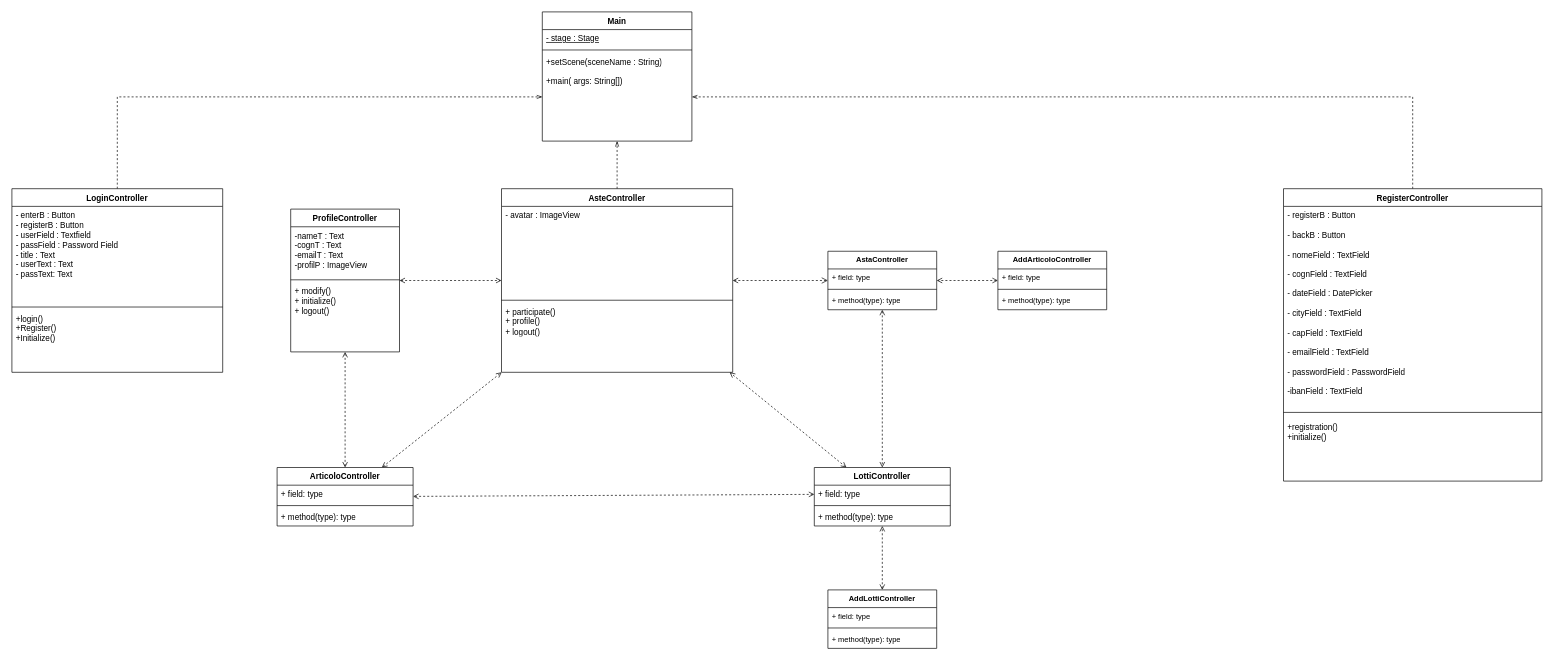
This is documenti/DC- Client.drawio from Chaos-Rat/GAO, a draw.io file, before an edit. Source tidied: cells renumbered, new cells numbered last; positions are measured from the earlier drawing's top-left corner, leaving out a move shared by most shapes. Both pictures are drawn from the tidied source at 68%, with x=0, y=0 at pixel (12, 12).
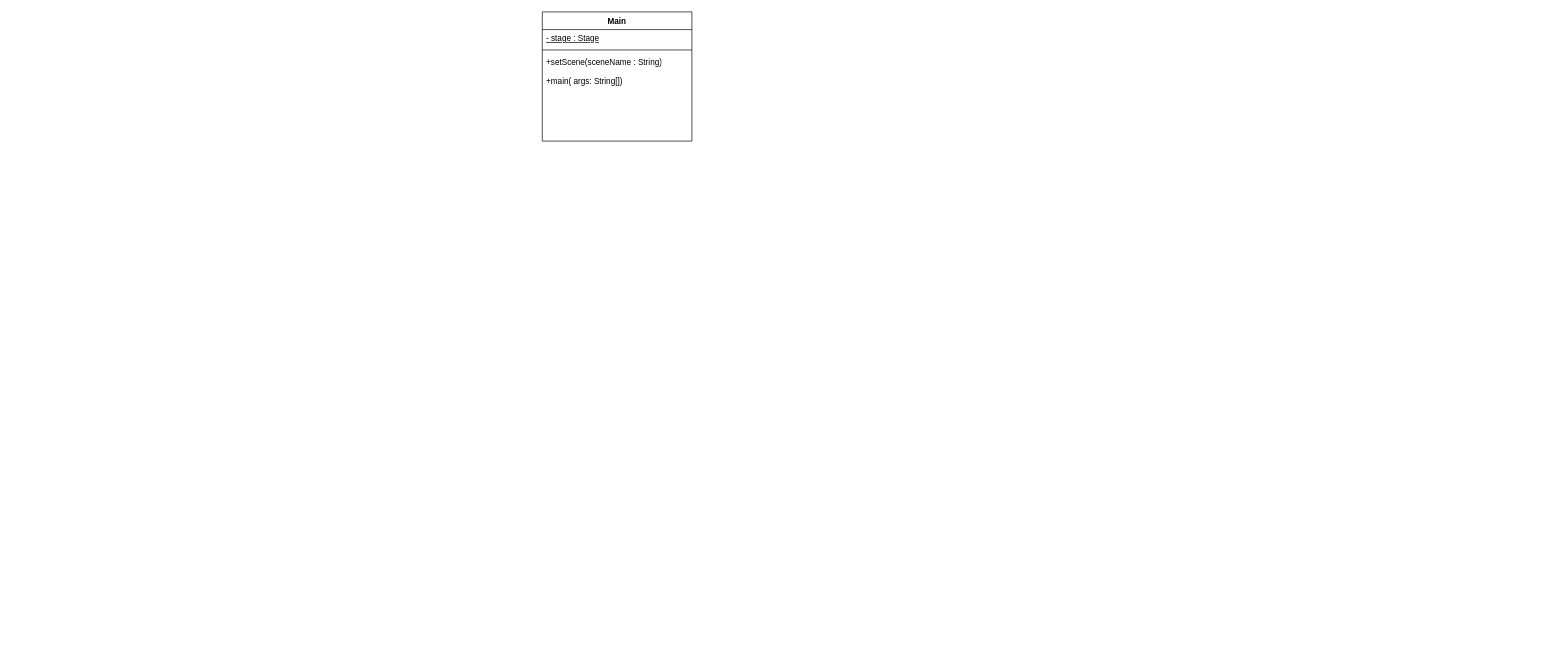
After the change.

Commit message (it also covers changes not shown here):
Added dc-controller and modified dc client

Unchanged cells that the change refers to:
```xml
<mxCell id="2" value="Main" style="swimlane;fontStyle=1;align=center;verticalAlign=top;horizontal=1;startSize=26;whiteSpace=wrap;html=1;" parent="1" vertex="1">
  <mxGeometry x="780" width="220" height="190" as="geometry" />
</mxCell>
<mxCell id="5" value="+setScene(sceneName : String)&lt;br&gt;&lt;br&gt;+main( args: String[])&lt;br&gt;&lt;div&gt;&lt;br/&gt;&lt;/div&gt;" style="text;strokeColor=none;fillColor=none;align=left;verticalAlign=top;spacingLeft=4;spacingRight=4;overflow=hidden;points=[[0,0.5],[1,0.5]];portConstraint=eastwest;whiteSpace=wrap;html=1;" parent="2" vertex="1">
  <mxGeometry y="60" width="220" height="130" as="geometry" />
</mxCell>
```

Diff of the diagram source:
```diff
@@
-    <mxCell id="6" style="edgeStyle=orthogonalEdgeStyle;rounded=0;jettySize=auto;html=1;dashed=1;endArrow=openThin;endFill=0;" parent="1" edge="1" source="7" target="2">
-      <mxGeometry relative="1" as="geometry" />
-    </mxCell>
-    <mxCell id="7" value="AsteController" style="swimlane;fontStyle=1;align=center;verticalAlign=top;horizontal=1;startSize=26;whiteSpace=wrap;html=1;" parent="1" vertex="1">
-      <mxGeometry x="720" y="260" width="340" height="270" as="geometry" />
-    </mxCell>
-    <mxCell id="8" value="- avatar : ImageView&lt;div&gt;&lt;br&gt;&lt;/div&gt;" style="text;strokeColor=none;fillColor=none;align=left;verticalAlign=top;spacingLeft=4;spacingRight=4;overflow=hidden;whiteSpace=wrap;html=1;" parent="7" vertex="1">
-      <mxGeometry y="26" width="340" height="134" as="geometry" />
-    </mxCell>
-    <mxCell id="9" style="line;strokeWidth=1;fillColor=none;align=left;verticalAlign=middle;spacingTop=-1;spacingLeft=3;spacingRight=3;labelPosition=right;strokeColor=inherit;" parent="7" vertex="1">
-      <mxGeometry y="160" width="340" height="8" as="geometry" />
-    </mxCell>
-    <mxCell id="10" value="+ participate()&lt;div&gt;+ profile()&lt;/div&gt;&lt;div&gt;+ logout()&lt;/div&gt;" style="text;strokeColor=none;fillColor=none;align=left;verticalAlign=top;spacingLeft=4;spacingRight=4;overflow=hidden;whiteSpace=wrap;html=1;" parent="7" vertex="1">
-      <mxGeometry y="168" width="340" height="102" as="geometry" />
-    </mxCell>
-    <mxCell id="11" style="edgeStyle=orthogonalEdgeStyle;rounded=0;jettySize=auto;html=1;dashed=1;endArrow=openThin;endFill=0;" parent="1" edge="1" source="12" target="5">
-      <mxGeometry relative="1" as="geometry" />
-    </mxCell>
-    <mxCell id="12" value="LoginController" style="swimlane;fontStyle=1;align=center;verticalAlign=top;horizontal=1;startSize=26;whiteSpace=wrap;html=1;" parent="1" vertex="1">
-      <mxGeometry y="260" width="310" height="270" as="geometry" />
-    </mxCell>
-    <mxCell id="13" value="- enterB : Button&lt;div&gt;- registerB : Button&lt;/div&gt;&lt;div&gt;- userField : Textfield&lt;/div&gt;&lt;div&gt;- passField : Password Field&lt;/div&gt;&lt;div&gt;- title : Text&lt;/div&gt;&lt;div&gt;- userText : Text&lt;/div&gt;&lt;div&gt;- passText: Text&lt;/div&gt;&lt;div&gt;&lt;br&gt;&lt;/div&gt;" style="text;strokeColor=none;fillColor=none;align=left;verticalAlign=top;spacingLeft=4;spacingRight=4;overflow=hidden;whiteSpace=wrap;html=1;" parent="12" vertex="1">
-      <mxGeometry y="26" width="310" height="144" as="geometry" />
-    </mxCell>
-    <mxCell id="14" style="line;strokeWidth=1;fillColor=none;align=left;verticalAlign=middle;spacingTop=-1;spacingLeft=3;spacingRight=3;labelPosition=right;strokeColor=inherit;" parent="12" vertex="1">
-      <mxGeometry y="170" width="310" height="8" as="geometry" />
-    </mxCell>
-    <mxCell id="15" value="+login()&lt;div&gt;+Register()&lt;br&gt;+Initialize()&lt;/div&gt;" style="text;strokeColor=none;fillColor=none;align=left;verticalAlign=top;spacingLeft=4;spacingRight=4;overflow=hidden;whiteSpace=wrap;html=1;" parent="12" vertex="1">
-      <mxGeometry y="178" width="310" height="92" as="geometry" />
-    </mxCell>
-    <mxCell id="16" style="edgeStyle=orthogonalEdgeStyle;rounded=0;jettySize=auto;html=1;dashed=1;endArrow=openThin;endFill=0;" parent="1" edge="1" source="17" target="5">
-      <mxGeometry relative="1" as="geometry" />
-    </mxCell>
-    <mxCell id="17" value="RegisterController" style="swimlane;fontStyle=1;align=center;verticalAlign=top;horizontal=1;startSize=26;whiteSpace=wrap;html=1;" parent="1" vertex="1">
-      <mxGeometry x="1870" y="260" width="380" height="430" as="geometry" />
-    </mxCell>
-    <mxCell id="18" value="- registerB : Button&lt;br&gt;&lt;br&gt;- backB : Button&lt;br&gt;&lt;br&gt;- nomeField : TextField&lt;br&gt;&lt;br&gt;- cognField : TextField&lt;br&gt;&lt;br&gt;- dateField : DatePicker&lt;br&gt;&lt;br&gt;- cityField : TextField&lt;br&gt;&lt;br&gt;- capField : TextField&lt;br&gt;&lt;br&gt;- emailField : TextField&lt;br&gt;&lt;br&gt;- passwordField : PasswordField&lt;div&gt;&lt;br&gt;&lt;/div&gt;&lt;div&gt;-ibanField : TextField&lt;/div&gt;" style="text;strokeColor=none;fillColor=none;align=left;verticalAlign=top;spacingLeft=4;spacingRight=4;overflow=hidden;whiteSpace=wrap;html=1;" parent="17" vertex="1">
-      <mxGeometry y="26" width="380" height="294" as="geometry" />
-    </mxCell>
-    <mxCell id="19" style="line;strokeWidth=1;fillColor=none;align=left;verticalAlign=middle;spacingTop=-1;spacingLeft=3;spacingRight=3;labelPosition=right;strokeColor=inherit;" parent="17" vertex="1">
-      <mxGeometry y="320" width="380" height="18" as="geometry" />
-    </mxCell>
-    <mxCell id="20" value="+registration()&lt;br&gt;+initialize()" style="text;strokeColor=none;fillColor=none;align=left;verticalAlign=top;spacingLeft=4;spacingRight=4;overflow=hidden;whiteSpace=wrap;html=1;" parent="17" vertex="1">
-      <mxGeometry y="338" width="380" height="92" as="geometry" />
-    </mxCell>
-    <mxCell id="21" style="edgeStyle=none;rounded=0;jettySize=auto;html=1;dashed=1;strokeColor=default;align=center;verticalAlign=middle;fontFamily=Helvetica;fontSize=11;fontColor=default;labelBackgroundColor=default;endArrow=open;startArrow=open;startFill=0;endFill=0;" parent="1" edge="1" source="22" target="7">
-      <mxGeometry relative="1" as="geometry" />
-    </mxCell>
-    <mxCell id="22" value="ProfileController" style="swimlane;fontStyle=1;align=center;verticalAlign=top;horizontal=1;startSize=26;whiteSpace=wrap;html=1;" parent="1" vertex="1">
-      <mxGeometry x="410" y="290" width="160" height="210" as="geometry" />
-    </mxCell>
-    <mxCell id="23" value="-nameT : Text&lt;div&gt;-cognT : Text&lt;/div&gt;&lt;div&gt;-emailT : Text&lt;/div&gt;&lt;div&gt;-profilP : ImageView&lt;/div&gt;" style="text;strokeColor=none;fillColor=none;align=left;verticalAlign=top;spacingLeft=4;spacingRight=4;overflow=hidden;whiteSpace=wrap;html=1;" parent="22" vertex="1">
-      <mxGeometry y="26" width="160" height="74" as="geometry" />
-    </mxCell>
-    <mxCell id="24" style="line;strokeWidth=1;fillColor=none;align=left;verticalAlign=middle;spacingTop=-1;spacingLeft=3;spacingRight=3;labelPosition=right;strokeColor=inherit;" parent="22" vertex="1">
-      <mxGeometry y="100" width="160" height="8" as="geometry" />
-    </mxCell>
-    <mxCell id="25" value="&lt;div&gt;+ modify()&lt;/div&gt;+ initialize()&lt;div&gt;+ logout()&lt;/div&gt;" style="text;strokeColor=none;fillColor=none;align=left;verticalAlign=top;spacingLeft=4;spacingRight=4;overflow=hidden;whiteSpace=wrap;html=1;" parent="22" vertex="1">
-      <mxGeometry y="108" width="160" height="102" as="geometry" />
-    </mxCell>
-    <mxCell id="26" style="edgeStyle=none;rounded=0;jettySize=auto;html=1;dashed=1;strokeColor=default;align=center;verticalAlign=middle;fontFamily=Helvetica;fontSize=11;fontColor=default;labelBackgroundColor=default;endArrow=open;endFill=0;startArrow=open;startFill=0;" parent="1" edge="1" source="27" target="7">
-      <mxGeometry relative="1" as="geometry" />
-    </mxCell>
-    <mxCell id="27" value="LottiController" style="swimlane;fontStyle=1;align=center;verticalAlign=top;horizontal=1;startSize=26;whiteSpace=wrap;html=1;" parent="1" vertex="1">
-      <mxGeometry x="1180" y="670" width="200" height="86" as="geometry" />
-    </mxCell>
-    <mxCell id="28" value="+ field: type" style="text;strokeColor=none;fillColor=none;align=left;verticalAlign=top;spacingLeft=4;spacingRight=4;overflow=hidden;points=[[0,0.5],[1,0.5]];portConstraint=eastwest;whiteSpace=wrap;html=1;" parent="27" vertex="1">
-      <mxGeometry y="26" width="200" height="26" as="geometry" />
-    </mxCell>
-    <mxCell id="29" style="line;strokeWidth=1;fillColor=none;align=left;verticalAlign=middle;spacingTop=-1;spacingLeft=3;spacingRight=3;labelPosition=right;strokeColor=inherit;" parent="27" vertex="1">
-      <mxGeometry y="52" width="200" height="8" as="geometry" />
-    </mxCell>
-    <mxCell id="30" value="+ method(type): type" style="text;strokeColor=none;fillColor=none;align=left;verticalAlign=top;spacingLeft=4;spacingRight=4;overflow=hidden;whiteSpace=wrap;html=1;" parent="27" vertex="1">
-      <mxGeometry y="60" width="200" height="26" as="geometry" />
-    </mxCell>
-    <mxCell id="31" style="edgeStyle=none;rounded=0;jettySize=auto;html=1;dashed=1;strokeColor=default;align=center;verticalAlign=middle;fontFamily=Helvetica;fontSize=11;fontColor=default;labelBackgroundColor=default;endArrow=open;endFill=0;startArrow=open;startFill=0;" parent="1" edge="1" source="32" target="7">
-      <mxGeometry relative="1" as="geometry" />
-    </mxCell>
-    <mxCell id="32" value="ArticoloController" style="swimlane;fontStyle=1;align=center;verticalAlign=top;horizontal=1;startSize=26;whiteSpace=wrap;html=1;" parent="1" vertex="1">
-      <mxGeometry x="390" y="670" width="200" height="86" as="geometry" />
-    </mxCell>
-    <mxCell id="33" value="+ field: type" style="text;strokeColor=none;fillColor=none;align=left;verticalAlign=top;spacingLeft=4;spacingRight=4;overflow=hidden;whiteSpace=wrap;html=1;" parent="32" vertex="1">
-      <mxGeometry y="26" width="200" height="26" as="geometry" />
-    </mxCell>
-    <mxCell id="34" style="line;strokeWidth=1;fillColor=none;align=left;verticalAlign=middle;spacingTop=-1;spacingLeft=3;spacingRight=3;labelPosition=right;strokeColor=inherit;" parent="32" vertex="1">
-      <mxGeometry y="52" width="200" height="8" as="geometry" />
-    </mxCell>
-    <mxCell id="35" value="+ method(type): type" style="text;strokeColor=none;fillColor=none;align=left;verticalAlign=top;spacingLeft=4;spacingRight=4;overflow=hidden;whiteSpace=wrap;html=1;" parent="32" vertex="1">
-      <mxGeometry y="60" width="200" height="26" as="geometry" />
-    </mxCell>
-    <mxCell id="36" style="edgeStyle=none;rounded=0;jettySize=auto;html=1;dashed=1;strokeColor=default;align=center;verticalAlign=middle;fontFamily=Helvetica;fontSize=11;fontColor=default;labelBackgroundColor=default;endArrow=open;endFill=0;startArrow=open;startFill=0;" parent="1" edge="1" source="28" target="32">
-      <mxGeometry relative="1" as="geometry" />
-    </mxCell>
-    <mxCell id="37" style="edgeStyle=none;rounded=0;jettySize=auto;html=1;dashed=1;strokeColor=default;align=center;verticalAlign=middle;fontFamily=Helvetica;fontSize=11;fontColor=default;labelBackgroundColor=default;endArrow=open;endFill=0;startArrow=open;startFill=0;" parent="1" edge="1" source="32" target="22">
-      <mxGeometry relative="1" as="geometry" />
-    </mxCell>
-    <mxCell id="38" style="edgeStyle=none;rounded=0;jettySize=auto;html=1;dashed=1;strokeColor=default;align=center;verticalAlign=middle;fontFamily=Helvetica;fontSize=11;fontColor=default;labelBackgroundColor=default;endArrow=open;startArrow=open;startFill=0;endFill=0;" parent="1" edge="1" source="39" target="27">
-      <mxGeometry relative="1" as="geometry" />
-    </mxCell>
-    <mxCell id="39" value="AstaController" style="swimlane;fontStyle=1;align=center;verticalAlign=top;horizontal=1;startSize=26;whiteSpace=wrap;html=1;fontFamily=Helvetica;fontSize=11;fontColor=default;labelBackgroundColor=default;" parent="1" vertex="1">
-      <mxGeometry x="1200" y="352" width="160" height="86" as="geometry" />
-    </mxCell>
-    <mxCell id="40" value="+ field: type" style="text;strokeColor=none;fillColor=none;align=left;verticalAlign=top;spacingLeft=4;spacingRight=4;overflow=hidden;whiteSpace=wrap;html=1;fontFamily=Helvetica;fontSize=11;fontColor=default;labelBackgroundColor=default;" parent="39" vertex="1">
-      <mxGeometry y="26" width="160" height="26" as="geometry" />
-    </mxCell>
-    <mxCell id="41" style="line;strokeWidth=1;fillColor=none;align=left;verticalAlign=middle;spacingTop=-1;spacingLeft=3;spacingRight=3;labelPosition=right;strokeColor=inherit;fontFamily=Helvetica;fontSize=11;fontColor=default;labelBackgroundColor=default;" parent="39" vertex="1">
-      <mxGeometry y="52" width="160" height="8" as="geometry" />
-    </mxCell>
-    <mxCell id="42" value="+ method(type): type" style="text;strokeColor=none;fillColor=none;align=left;verticalAlign=top;spacingLeft=4;spacingRight=4;overflow=hidden;whiteSpace=wrap;html=1;fontFamily=Helvetica;fontSize=11;fontColor=default;labelBackgroundColor=default;" parent="39" vertex="1">
-      <mxGeometry y="60" width="160" height="26" as="geometry" />
-    </mxCell>
-    <mxCell id="43" style="edgeStyle=none;rounded=0;jettySize=auto;html=1;dashed=1;strokeColor=default;align=center;verticalAlign=middle;fontFamily=Helvetica;fontSize=11;fontColor=default;labelBackgroundColor=default;endArrow=open;startArrow=open;startFill=0;endSize=7;endFill=0;" parent="1" edge="1" source="7" target="39">
-      <mxGeometry relative="1" as="geometry" />
-    </mxCell>
-    <mxCell id="44" style="edgeStyle=none;rounded=0;jettySize=auto;html=1;dashed=1;strokeColor=default;align=center;verticalAlign=middle;fontFamily=Helvetica;fontSize=11;fontColor=default;labelBackgroundColor=default;startArrow=open;startFill=0;endArrow=open;endFill=0;" parent="1" edge="1" source="45" target="27">
-      <mxGeometry relative="1" as="geometry" />
-    </mxCell>
-    <mxCell id="45" value="AddLottiController" style="swimlane;fontStyle=1;align=center;verticalAlign=top;horizontal=1;startSize=26;whiteSpace=wrap;html=1;fontFamily=Helvetica;fontSize=11;fontColor=default;labelBackgroundColor=default;" parent="1" vertex="1">
-      <mxGeometry x="1200" y="850" width="160" height="86" as="geometry" />
-    </mxCell>
-    <mxCell id="46" value="+ field: type" style="text;strokeColor=none;fillColor=none;align=left;verticalAlign=top;spacingLeft=4;spacingRight=4;overflow=hidden;whiteSpace=wrap;html=1;fontFamily=Helvetica;fontSize=11;fontColor=default;labelBackgroundColor=default;" parent="45" vertex="1">
-      <mxGeometry y="26" width="160" height="26" as="geometry" />
-    </mxCell>
-    <mxCell id="47" style="line;strokeWidth=1;fillColor=none;align=left;verticalAlign=middle;spacingTop=-1;spacingLeft=3;spacingRight=3;labelPosition=right;strokeColor=inherit;fontFamily=Helvetica;fontSize=11;fontColor=default;labelBackgroundColor=default;" parent="45" vertex="1">
-      <mxGeometry y="52" width="160" height="8" as="geometry" />
-    </mxCell>
-    <mxCell id="48" value="+ method(type): type" style="text;strokeColor=none;fillColor=none;align=left;verticalAlign=top;spacingLeft=4;spacingRight=4;overflow=hidden;whiteSpace=wrap;html=1;fontFamily=Helvetica;fontSize=11;fontColor=default;labelBackgroundColor=default;" parent="45" vertex="1">
-      <mxGeometry y="60" width="160" height="26" as="geometry" />
-    </mxCell>
-    <mxCell id="49" style="edgeStyle=none;rounded=0;jettySize=auto;html=1;dashed=1;strokeColor=default;align=center;verticalAlign=middle;fontFamily=Helvetica;fontSize=11;fontColor=default;labelBackgroundColor=default;startArrow=open;startFill=0;endArrow=open;endFill=0;" parent="1" edge="1" source="50" target="39">
-      <mxGeometry relative="1" as="geometry" />
-    </mxCell>
-    <mxCell id="50" value="AddArticoloController" style="swimlane;fontStyle=1;align=center;verticalAlign=top;horizontal=1;startSize=26;whiteSpace=wrap;html=1;fontFamily=Helvetica;fontSize=11;fontColor=default;labelBackgroundColor=default;" parent="1" vertex="1">
-      <mxGeometry x="1450" y="352" width="160" height="86" as="geometry" />
-    </mxCell>
-    <mxCell id="51" value="+ field: type" style="text;strokeColor=none;fillColor=none;align=left;verticalAlign=top;spacingLeft=4;spacingRight=4;overflow=hidden;whiteSpace=wrap;html=1;fontFamily=Helvetica;fontSize=11;fontColor=default;labelBackgroundColor=default;" parent="50" vertex="1">
-      <mxGeometry y="26" width="160" height="26" as="geometry" />
-    </mxCell>
-    <mxCell id="52" style="line;strokeWidth=1;fillColor=none;align=left;verticalAlign=middle;spacingTop=-1;spacingLeft=3;spacingRight=3;labelPosition=right;strokeColor=inherit;fontFamily=Helvetica;fontSize=11;fontColor=default;labelBackgroundColor=default;" parent="50" vertex="1">
-      <mxGeometry y="52" width="160" height="8" as="geometry" />
-    </mxCell>
-    <mxCell id="53" value="+ method(type): type" style="text;strokeColor=none;fillColor=none;align=left;verticalAlign=top;spacingLeft=4;spacingRight=4;overflow=hidden;whiteSpace=wrap;html=1;fontFamily=Helvetica;fontSize=11;fontColor=default;labelBackgroundColor=default;" parent="50" vertex="1">
-      <mxGeometry y="60" width="160" height="26" as="geometry" />
-    </mxCell>
```
